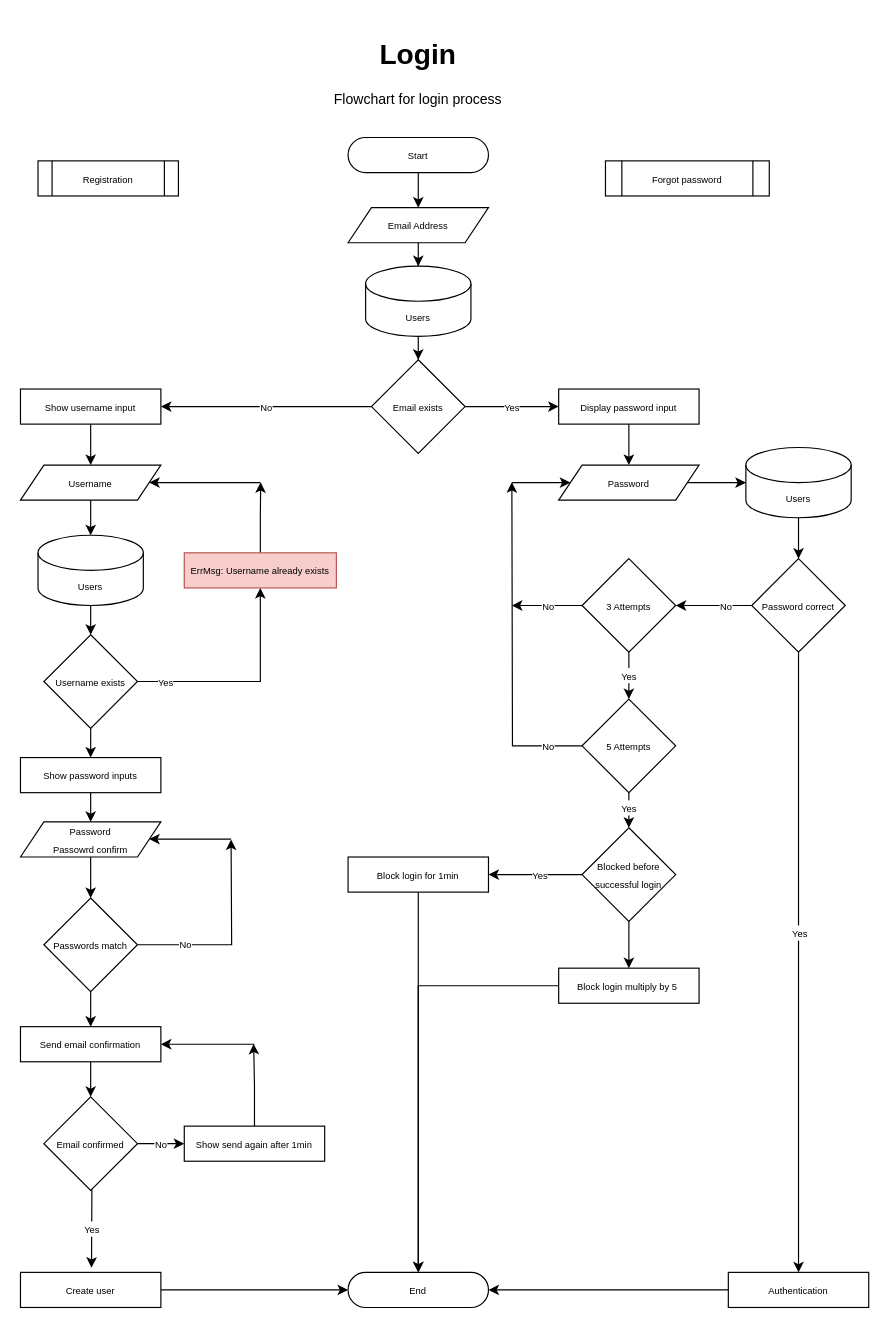
Earlier version of the draw.io diagram page "Registration" (3 of 5) of login.drawio (madeofeffort/flowcharts). Source tidied: cells renumbered, new cells numbered last; positions are measured from the earlier drawing's top-left corner, leaving out a move shared by most shapes. Both pictures are drawn from the tidied source at 117%, with x=0, y=0 at pixel (20, 32).
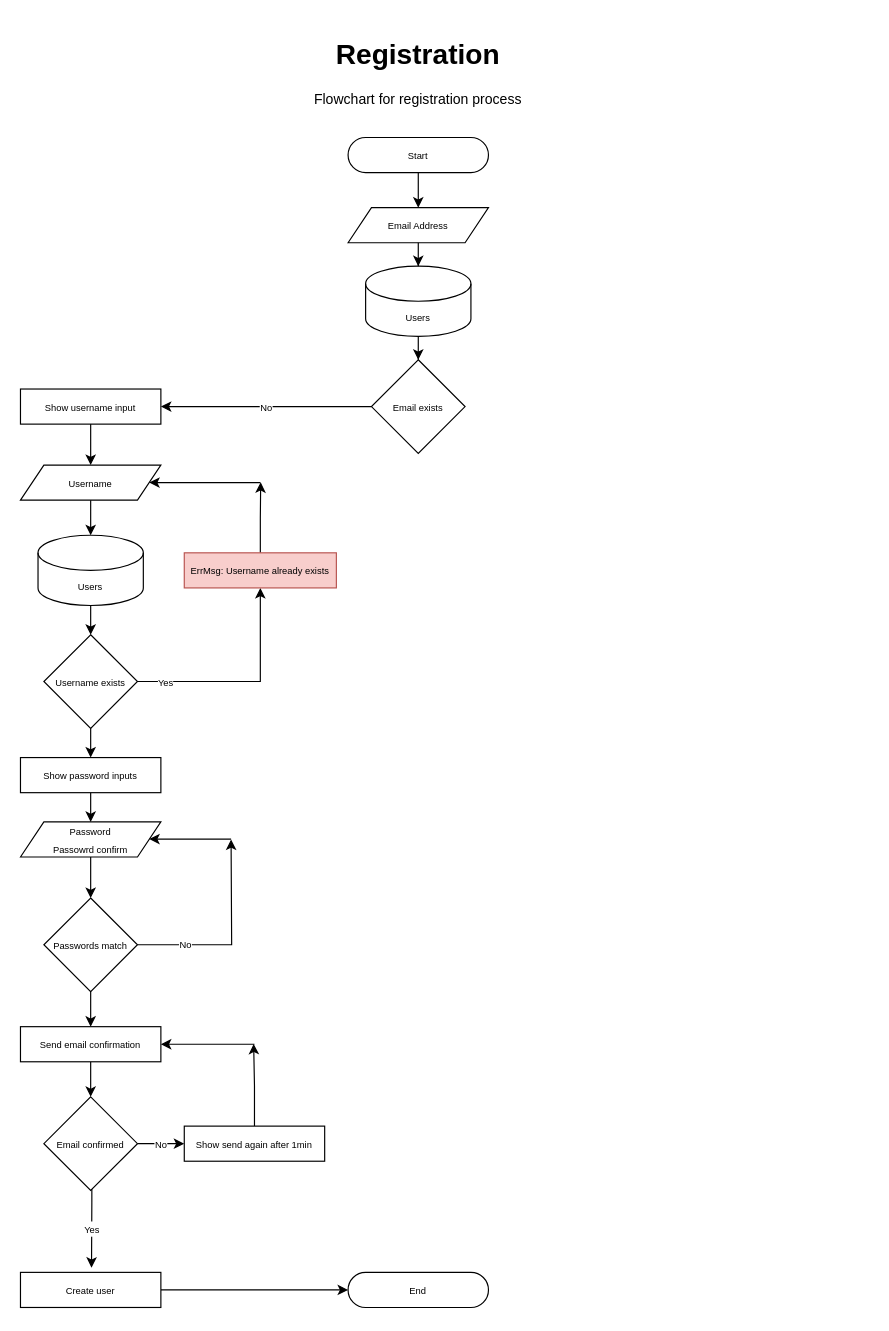
The same diagram, later.

Unchanged cells that the change refers to:
```xml
<mxCell id="8" value="&lt;font style=&quot;font-size: 8px;&quot;&gt;Email exists&lt;/font&gt;" style="rhombus;whiteSpace=wrap;html=1;" parent="1" vertex="1">
  <mxGeometry x="300" y="280" width="80" height="80" as="geometry" />
</mxCell>
<mxCell id="30" value="&lt;p style=&quot;line-height: 100%;&quot;&gt;&lt;font style=&quot;font-size: 8px;&quot;&gt;End&lt;/font&gt;&lt;/p&gt;" style="rounded=1;whiteSpace=wrap;html=1;arcSize=50;" parent="1" vertex="1">
  <mxGeometry x="280" y="1060" width="120" height="30" as="geometry" />
</mxCell>
```

Diff of the diagram source:
```diff
@@
-    <mxCell id="2" value="&lt;h1&gt;Login&lt;/h1&gt;&lt;p&gt;Flowchart for login process&lt;/p&gt;" style="text;html=1;strokeColor=none;fillColor=none;spacing=5;spacingTop=-20;whiteSpace=wrap;overflow=hidden;rounded=0;align=center;" parent="1" vertex="1">
+    <mxCell id="2" value="&lt;h1&gt;Registration&lt;/h1&gt;&lt;p&gt;Flowchart for registration process&lt;/p&gt;" style="text;html=1;strokeColor=none;fillColor=none;spacing=5;spacingTop=-20;whiteSpace=wrap;overflow=hidden;rounded=0;align=center;" parent="1" vertex="1">
       <mxGeometry x="205" width="270" height="70" as="geometry" />
     </mxCell>
@@
-    <mxCell id="7" value="&lt;font style=&quot;font-size: 8px;&quot;&gt;Yes&lt;/font&gt;" style="edgeStyle=orthogonalEdgeStyle;rounded=0;jettySize=auto;html=1;exitX=1;exitY=0.5;exitDx=0;exitDy=0;entryX=0;entryY=0.5;entryDx=0;entryDy=0;" parent="1" edge="1" source="8" target="10">
-      <mxGeometry relative="1" as="geometry" />
-    </mxCell>
@@
-    <mxCell id="9" style="edgeStyle=orthogonalEdgeStyle;rounded=0;jettySize=auto;html=1;entryX=0.5;entryY=0;entryDx=0;entryDy=0;" parent="1" edge="1" source="10" target="16">
-      <mxGeometry relative="1" as="geometry" />
-    </mxCell>
-    <mxCell id="10" value="&lt;font style=&quot;font-size: 8px;&quot;&gt;Display password input&lt;/font&gt;" style="rounded=0;whiteSpace=wrap;html=1;" parent="1" vertex="1">
-      <mxGeometry x="460" y="305" width="120" height="30" as="geometry" />
-    </mxCell>
@@
-    <mxCell id="16" value="&lt;font style=&quot;font-size: 8px;&quot;&gt;Password&lt;/font&gt;" style="shape=parallelogram;perimeter=parallelogramPerimeter;whiteSpace=wrap;html=1;fixedSize=1;" parent="1" vertex="1">
-      <mxGeometry x="460" y="370" width="120" height="30" as="geometry" />
-    </mxCell>
-    <mxCell id="17" style="edgeStyle=orthogonalEdgeStyle;rounded=0;jettySize=auto;html=1;entryX=0.5;entryY=0;entryDx=0;entryDy=0;" parent="1" edge="1" source="18" target="26">
-      <mxGeometry relative="1" as="geometry" />
-    </mxCell>
-    <mxCell id="18" value="&lt;font style=&quot;font-size: 8px;&quot;&gt;Users&lt;/font&gt;" style="shape=cylinder3;whiteSpace=wrap;html=1;boundedLbl=1;backgroundOutline=1;size=15;" parent="1" vertex="1">
-      <mxGeometry x="620" y="355" width="90" height="60" as="geometry" />
-    </mxCell>
-    <mxCell id="19" style="edgeStyle=orthogonalEdgeStyle;rounded=0;jettySize=auto;html=1;entryX=0;entryY=0.5;entryDx=0;entryDy=0;entryPerimeter=0;" parent="1" edge="1" source="16" target="18">
-      <mxGeometry relative="1" as="geometry" />
-    </mxCell>
-    <mxCell id="20" style="edgeStyle=orthogonalEdgeStyle;rounded=0;jettySize=auto;html=1;entryX=1;entryY=0.5;entryDx=0;entryDy=0;" parent="1" edge="1" source="21" target="30">
-      <mxGeometry relative="1" as="geometry" />
-    </mxCell>
-    <mxCell id="21" value="&lt;font style=&quot;font-size: 8px;&quot;&gt;Authentication&lt;/font&gt;" style="rounded=0;whiteSpace=wrap;html=1;" parent="1" vertex="1">
-      <mxGeometry x="605" y="1060" width="120" height="30" as="geometry" />
-    </mxCell>
-    <mxCell id="22" style="edgeStyle=orthogonalEdgeStyle;rounded=0;jettySize=auto;html=1;entryX=0.5;entryY=0;entryDx=0;entryDy=0;" parent="1" edge="1" source="26" target="21">
-      <mxGeometry relative="1" as="geometry" />
-    </mxCell>
-    <mxCell id="23" value="&lt;font style=&quot;font-size: 8px;&quot;&gt;Yes&lt;/font&gt;" style="edgeLabel;html=1;align=center;verticalAlign=middle;" parent="22" vertex="1">
-      <mxGeometry x="-0.1" relative="1" as="geometry" />
-    </mxCell>
-    <mxCell id="24" style="edgeStyle=orthogonalEdgeStyle;rounded=0;jettySize=auto;html=1;entryX=1;entryY=0.5;entryDx=0;entryDy=0;" parent="1" edge="1" source="26" target="29">
-      <mxGeometry relative="1" as="geometry" />
-    </mxCell>
-    <mxCell id="25" value="&lt;font style=&quot;font-size: 8px;&quot;&gt;No&lt;/font&gt;" style="edgeLabel;html=1;align=center;verticalAlign=middle;" parent="24" vertex="1">
-      <mxGeometry x="-0.29" y="-1" relative="1" as="geometry" />
-    </mxCell>
-    <mxCell id="26" value="&lt;font style=&quot;font-size: 8px;&quot;&gt;Password correct&lt;/font&gt;" style="rhombus;whiteSpace=wrap;html=1;" parent="1" vertex="1">
-      <mxGeometry x="625" y="450" width="80" height="80" as="geometry" />
-    </mxCell>
-    <mxCell id="27" value="&lt;font style=&quot;font-size: 8px;&quot;&gt;Yes&lt;/font&gt;" style="edgeStyle=orthogonalEdgeStyle;rounded=0;jettySize=auto;html=1;entryX=0.5;entryY=0;entryDx=0;entryDy=0;" parent="1" edge="1" source="29" target="37">
-      <mxGeometry relative="1" as="geometry" />
-    </mxCell>
-    <mxCell id="28" value="&lt;font style=&quot;font-size: 8px;&quot;&gt;No&lt;/font&gt;" style="edgeStyle=orthogonalEdgeStyle;rounded=0;orthogonalLoop=1;jettySize=auto;html=1;" parent="1" edge="1">
-      <mxGeometry x="-0.03" relative="1" as="geometry">
-        <mxPoint x="480" y="490" as="sourcePoint" />
-        <mxPoint x="420" y="490" as="targetPoint" />
-      </mxGeometry>
-    </mxCell>
-    <mxCell id="29" value="&lt;font style=&quot;font-size: 8px;&quot;&gt;3 Attempts&lt;/font&gt;" style="rhombus;whiteSpace=wrap;html=1;" parent="1" vertex="1">
-      <mxGeometry x="480" y="450" width="80" height="80" as="geometry" />
-    </mxCell>
@@
-    <mxCell id="31" style="edgeStyle=orthogonalEdgeStyle;rounded=0;jettySize=auto;html=1;entryX=0.5;entryY=0;entryDx=0;entryDy=0;" parent="1" edge="1" source="32" target="30">
-      <mxGeometry relative="1" as="geometry" />
-    </mxCell>
-    <mxCell id="32" value="&lt;font style=&quot;font-size: 8px;&quot;&gt;Block login for 1min&lt;/font&gt;" style="rounded=0;whiteSpace=wrap;html=1;" parent="1" vertex="1">
-      <mxGeometry x="280" y="705" width="120" height="30" as="geometry" />
-    </mxCell>
-    <mxCell id="33" style="edgeStyle=orthogonalEdgeStyle;rounded=0;jettySize=auto;html=1;entryX=0.5;entryY=0;entryDx=0;entryDy=0;" parent="1" edge="1" source="37" target="41">
-      <mxGeometry relative="1" as="geometry" />
-    </mxCell>
-    <mxCell id="34" value="&lt;font style=&quot;font-size: 8px;&quot;&gt;Yes&lt;/font&gt;" style="edgeLabel;html=1;align=center;verticalAlign=middle;" parent="33" vertex="1">
-      <mxGeometry x="0.28" y="-1" relative="1" as="geometry" />
-    </mxCell>
-    <mxCell id="35" style="edgeStyle=orthogonalEdgeStyle;rounded=0;jettySize=auto;html=1;" parent="1" edge="1" source="37">
-      <mxGeometry relative="1" as="geometry">
-        <mxPoint x="420" y="384.7" as="targetPoint" />
-      </mxGeometry>
-    </mxCell>
-    <mxCell id="36" value="&lt;font style=&quot;font-size: 8px;&quot;&gt;No&lt;/font&gt;" style="edgeLabel;html=1;align=center;verticalAlign=middle;" parent="35" vertex="1">
-      <mxGeometry x="-0.82" y="1" relative="1" as="geometry">
-        <mxPoint x="-4" y="-2" as="offset" />
-      </mxGeometry>
-    </mxCell>
-    <mxCell id="37" value="&lt;font style=&quot;font-size: 8px;&quot;&gt;5 Attempts&lt;/font&gt;" style="rhombus;whiteSpace=wrap;html=1;" parent="1" vertex="1">
-      <mxGeometry x="480" y="570" width="80" height="80" as="geometry" />
-    </mxCell>
-    <mxCell id="38" style="edgeStyle=orthogonalEdgeStyle;rounded=0;jettySize=auto;html=1;entryX=1;entryY=0.5;entryDx=0;entryDy=0;" parent="1" edge="1" source="41" target="32">
-      <mxGeometry relative="1" as="geometry" />
-    </mxCell>
-    <mxCell id="39" value="&lt;font style=&quot;font-size: 8px;&quot;&gt;Yes&lt;/font&gt;" style="edgeLabel;html=1;align=center;verticalAlign=middle;" parent="38" vertex="1">
-      <mxGeometry x="-0.08" y="-1" relative="1" as="geometry" />
-    </mxCell>
-    <mxCell id="40" style="edgeStyle=orthogonalEdgeStyle;rounded=0;jettySize=auto;html=1;entryX=0.5;entryY=0;entryDx=0;entryDy=0;" parent="1" edge="1" source="41" target="43">
-      <mxGeometry relative="1" as="geometry" />
-    </mxCell>
-    <mxCell id="41" value="&lt;font style=&quot;font-size: 8px;&quot;&gt;Blocked before successful login&lt;/font&gt;" style="rhombus;whiteSpace=wrap;html=1;" parent="1" vertex="1">
-      <mxGeometry x="480" y="680" width="80" height="80" as="geometry" />
-    </mxCell>
-    <mxCell id="42" style="edgeStyle=orthogonalEdgeStyle;rounded=0;jettySize=auto;html=1;entryX=0.5;entryY=0;entryDx=0;entryDy=0;" parent="1" edge="1" source="43" target="30">
-      <mxGeometry relative="1" as="geometry" />
-    </mxCell>
-    <mxCell id="43" value="&lt;font style=&quot;font-size: 8px;&quot;&gt;Block login multiply by 5&amp;nbsp;&lt;/font&gt;" style="rounded=0;whiteSpace=wrap;html=1;" parent="1" vertex="1">
-      <mxGeometry x="460" y="800" width="120" height="30" as="geometry" />
-    </mxCell>
-    <mxCell id="44" style="endArrow=classic;html=1;rounded=0;entryX=0;entryY=0.5;entryDx=0;entryDy=0;" parent="1" edge="1" target="16">
-      <mxGeometry relative="1" as="geometry">
-        <mxPoint x="420" y="385" as="sourcePoint" />
-      </mxGeometry>
-    </mxCell>
@@
-    <mxCell id="75" value="&lt;font style=&quot;font-size: 8px;&quot;&gt;Registration&lt;/font&gt;" style="shape=process;whiteSpace=wrap;html=1;backgroundOutline=1;" parent="1" vertex="1">
-      <mxGeometry x="15" y="110" width="120" height="30" as="geometry" />
-    </mxCell>
-    <mxCell id="76" value="&lt;font style=&quot;font-size: 8px;&quot;&gt;Forgot password&lt;/font&gt;" style="shape=process;whiteSpace=wrap;html=1;backgroundOutline=1;" parent="1" vertex="1">
-      <mxGeometry x="500" y="110" width="140" height="30" as="geometry" />
-    </mxCell>
```
